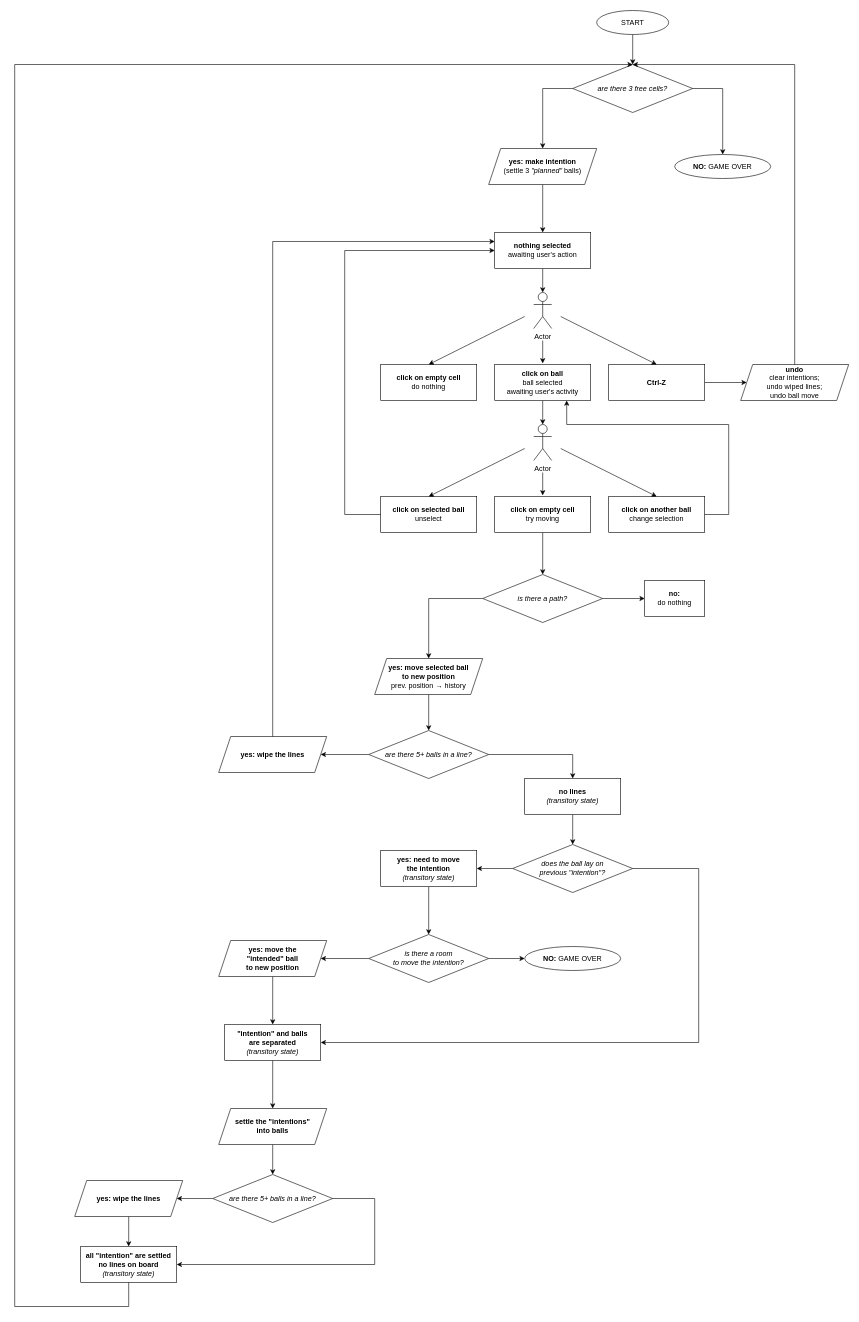
The draw.io diagram scripts/gameplay/fsm/gameplay-fsm.drawio in rom-melnyk/lines98, before the edit. Source tidied: cells renumbered, new cells numbered last; positions are measured from the earlier drawing's top-left corner, leaving out a move shared by most shapes. Both pictures are drawn from the tidied source at 60%, with x=0, y=0 at pixel (14, 10).
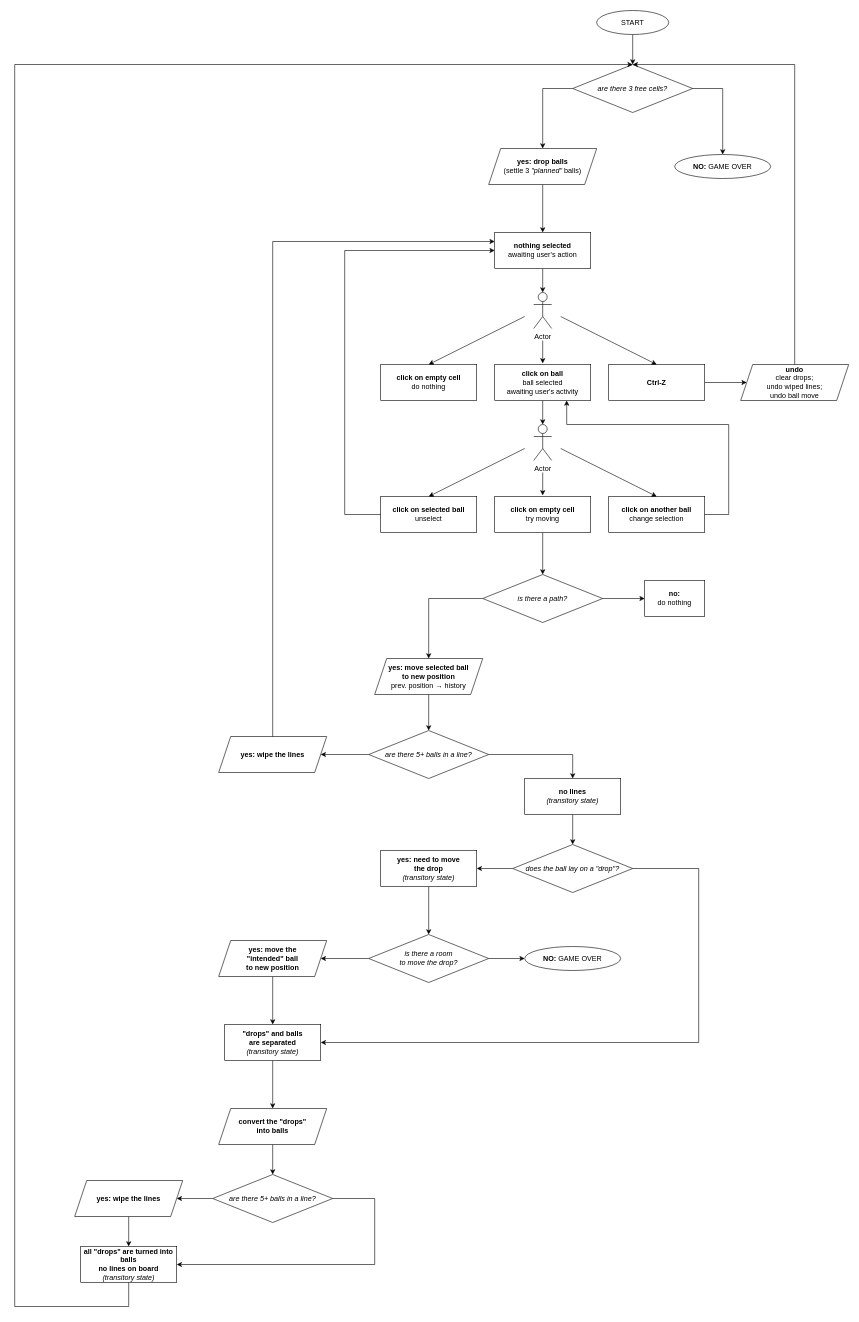
Above is the later version.

Diff of the diagram source:
```diff
@@
-    <mxCell id="8" value="&lt;b&gt;yes: make intention&lt;/b&gt;&lt;div&gt;(settle 3&amp;nbsp;&lt;i&gt;&quot;planned&quot;&lt;/i&gt;&amp;nbsp;balls)&lt;/div&gt;" style="shape=parallelogram;perimeter=parallelogramPerimeter;whiteSpace=wrap;html=1;fixedSize=1;" parent="1" vertex="1">
+    <mxCell id="8" value="&lt;b&gt;yes: drop balls&lt;/b&gt;&lt;div&gt;(settle 3&amp;nbsp;&lt;i&gt;&quot;planned&quot;&lt;/i&gt;&amp;nbsp;balls)&lt;/div&gt;" style="shape=parallelogram;perimeter=parallelogramPerimeter;whiteSpace=wrap;html=1;fixedSize=1;" parent="1" vertex="1">
       <mxGeometry x="790" y="230" width="180" height="60" as="geometry" />
     </mxCell>
@@
-    <mxCell id="16" value="&lt;b&gt;undo&lt;/b&gt;&lt;div&gt;clear intentions;&lt;br&gt;undo wiped lines;&lt;/div&gt;&lt;div&gt;undo ball move&lt;/div&gt;" style="shape=parallelogram;perimeter=parallelogramPerimeter;whiteSpace=wrap;html=1;fixedSize=1;" parent="1" vertex="1">
+    <mxCell id="16" value="&lt;b&gt;undo&lt;/b&gt;&lt;div&gt;clear drops;&lt;br&gt;undo wiped lines;&lt;/div&gt;&lt;div&gt;undo ball move&lt;/div&gt;" style="shape=parallelogram;perimeter=parallelogramPerimeter;whiteSpace=wrap;html=1;fixedSize=1;" parent="1" vertex="1">
       <mxGeometry x="1210" y="590" width="180" height="60" as="geometry" />
     </mxCell>
@@
-    <mxCell id="45" value="&lt;i&gt;does the ball lay on&lt;br&gt;previous &quot;intention&quot;?&lt;/i&gt;" style="rhombus;whiteSpace=wrap;html=1;" parent="1" vertex="1">
+    <mxCell id="45" value="&lt;i&gt;does the ball lay on a &quot;drop&quot;?&lt;/i&gt;" style="rhombus;whiteSpace=wrap;html=1;" parent="1" vertex="1">
       <mxGeometry x="830" y="1390" width="200" height="80" as="geometry" />
     </mxCell>
@@
-    <mxCell id="47" value="&lt;b&gt;yes: need to move&lt;br&gt;the intention&lt;/b&gt;&lt;br&gt;&lt;div&gt;&lt;i&gt;(transitory state)&lt;/i&gt;&lt;/div&gt;" style="whiteSpace=wrap;html=1;rounded=0;" parent="1" vertex="1">
+    <mxCell id="47" value="&lt;b&gt;yes: need to move&lt;br&gt;the drop&lt;/b&gt;&lt;br&gt;&lt;div&gt;&lt;i&gt;(transitory state)&lt;/i&gt;&lt;/div&gt;" style="whiteSpace=wrap;html=1;rounded=0;" parent="1" vertex="1">
       <mxGeometry x="610" y="1400" width="160" height="60" as="geometry" />
     </mxCell>
@@
-    <mxCell id="50" value="&lt;i&gt;is there a room&lt;br&gt;to move the intention?&lt;/i&gt;" style="rhombus;whiteSpace=wrap;html=1;" parent="1" vertex="1">
+    <mxCell id="50" value="&lt;i&gt;is there a room&lt;br&gt;to move the drop?&lt;/i&gt;" style="rhombus;whiteSpace=wrap;html=1;" parent="1" vertex="1">
       <mxGeometry x="590" y="1540" width="200" height="80" as="geometry" />
     </mxCell>
@@
-    <mxCell id="54" value="&lt;b&gt;&quot;intention&quot; and balls&lt;br&gt;are separated&lt;/b&gt;&lt;br&gt;&lt;div&gt;&lt;i&gt;(transitory state)&lt;/i&gt;&lt;/div&gt;" style="whiteSpace=wrap;html=1;rounded=0;" parent="1" vertex="1">
+    <mxCell id="54" value="&lt;b&gt;&quot;drops&quot; and balls&lt;br&gt;are separated&lt;/b&gt;&lt;br&gt;&lt;div&gt;&lt;i&gt;(transitory state)&lt;/i&gt;&lt;/div&gt;" style="whiteSpace=wrap;html=1;rounded=0;" parent="1" vertex="1">
       <mxGeometry x="350" y="1690" width="160" height="60" as="geometry" />
     </mxCell>
@@
-    <mxCell id="60" value="&lt;b&gt;settle the&amp;nbsp;&quot;intentions&quot;&lt;br&gt;into balls&lt;/b&gt;" style="shape=parallelogram;perimeter=parallelogramPerimeter;whiteSpace=wrap;html=1;fixedSize=1;" parent="1" vertex="1">
+    <mxCell id="60" value="&lt;b&gt;convert the&amp;nbsp;&quot;drops&quot;&lt;br&gt;into balls&lt;/b&gt;" style="shape=parallelogram;perimeter=parallelogramPerimeter;whiteSpace=wrap;html=1;fixedSize=1;" parent="1" vertex="1">
       <mxGeometry x="340" y="1830" width="180" height="60" as="geometry" />
     </mxCell>
@@
-    <mxCell id="65" value="&lt;b&gt;all &quot;intention&quot; are settled&lt;br&gt;no lines on board&lt;/b&gt;&lt;br&gt;&lt;div&gt;&lt;i&gt;(transitory state)&lt;/i&gt;&lt;/div&gt;" style="whiteSpace=wrap;html=1;rounded=0;" parent="1" vertex="1">
+    <mxCell id="65" value="&lt;b&gt;all &quot;drops&quot; are turned into balls&lt;br&gt;no lines on board&lt;/b&gt;&lt;br&gt;&lt;div&gt;&lt;i&gt;(transitory state)&lt;/i&gt;&lt;/div&gt;" style="whiteSpace=wrap;html=1;rounded=0;" parent="1" vertex="1">
       <mxGeometry x="110" y="2060" width="160" height="60" as="geometry" />
     </mxCell>
```
